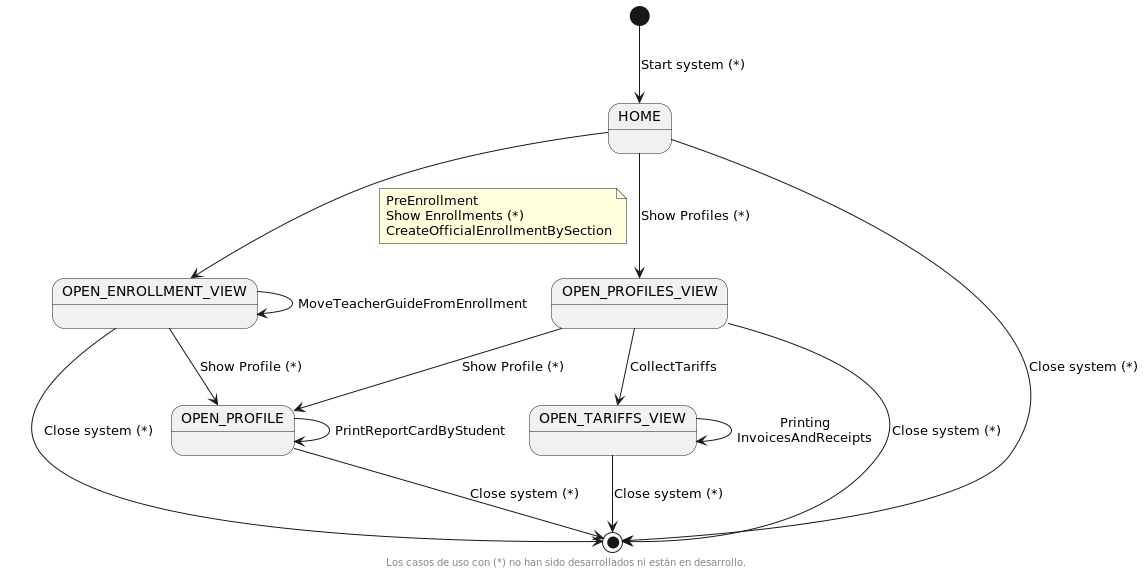
Earlier version of the PlantUML export out/UseCaseView/Context.png (wsmcbl/wsmcbl.doc). Source of this version:
```plantuml
@startuml
footer Los casos de uso con (*) no han sido desarrollados ni están en desarrollo.


state Initial as "HOME"
state s1 as "OPEN_ENROLLMENT_VIEW"
state s2 as "OPEN_PROFILES_VIEW"
state s3 as "OPEN_PROFILE"
state s4 as "OPEN_TARIFFS_VIEW"


[*] --> Initial : Start system (*)

Initial --> s1
note on link
    PreEnrollment
    Show Enrollments (*)
    CreateOfficialEnrollmentBySection
end note
s1 --> s3 : Show Profile (*)
s1 --> s1 : MoveTeacherGuideFromEnrollment



Initial --> s2 : Show Profiles (*)
s2 --> s3 : Show Profile (*)


s3 --> s3 : PrintReportCardByStudent



s2 --> s4 : CollectTariffs
s4 --> s4 : Printing\nInvoicesAndReceipts



Initial --> [*] : Close system (*)
s1 --> [*] : Close system (*)
s2 --> [*] : Close system (*)
s3 --> [*] : Close system (*)
s4 --> [*] : Close system (*)
@enduml
```
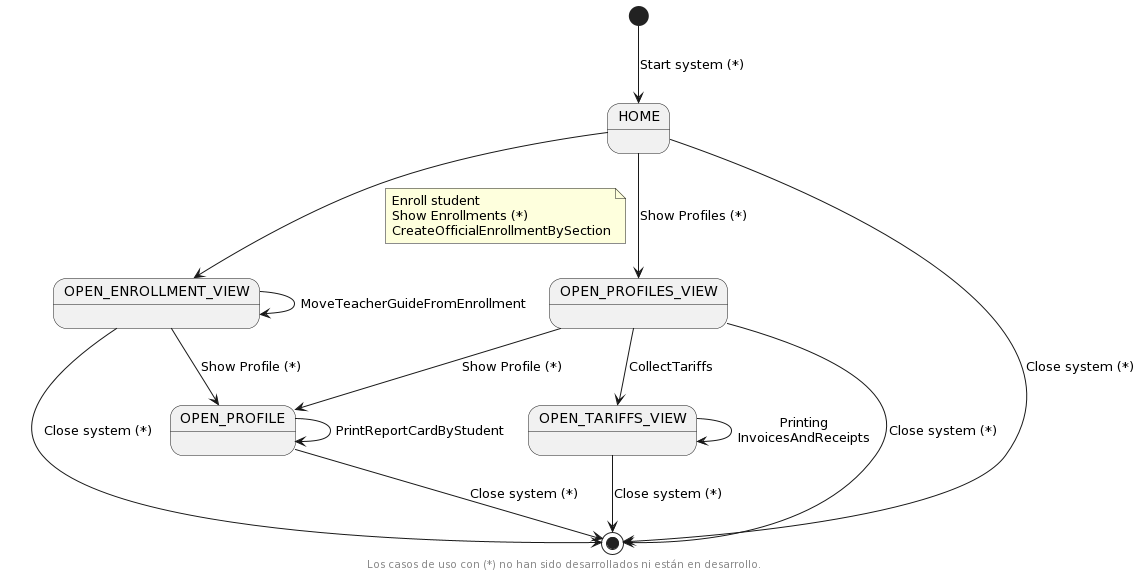
The same diagram one commit later.

Diff of the diagram source:
```diff
@@ -3,41 +3,36 @@
 
 
 state Initial as "HOME"
-state s1 as "OPEN_ENROLLMENT_VIEW"
-state s2 as "OPEN_PROFILES_VIEW"
-state s3 as "OPEN_PROFILE"
-state s4 as "OPEN_TARIFFS_VIEW"
+state OPEN_ENROLLMENT_VIEW
+state OPEN_PROFILES_VIEW
+state OPEN_PROFILE
+state OPEN_TARIFFS_VIEW
 
 
 [*] --> Initial : Start system (*)
 
-Initial --> s1
+Initial --> OPEN_PROFILES_VIEW : Show Profiles (*)
+Initial --> OPEN_ENROLLMENT_VIEW
 note on link
-    PreEnrollment
+    Enroll student
     Show Enrollments (*)
     CreateOfficialEnrollmentBySection
 end note
-s1 --> s3 : Show Profile (*)
-s1 --> s1 : MoveTeacherGuideFromEnrollment
 
+OPEN_ENROLLMENT_VIEW --> OPEN_PROFILE : Show Profile (*)
+OPEN_ENROLLMENT_VIEW --> OPEN_ENROLLMENT_VIEW : MoveTeacherGuideFromEnrollment
 
+OPEN_PROFILES_VIEW --> OPEN_PROFILE : Show Profile (*)
+OPEN_PROFILES_VIEW --> OPEN_TARIFFS_VIEW : CollectTariffs
 
-Initial --> s2 : Show Profiles (*)
-s2 --> s3 : Show Profile (*)
+OPEN_PROFILE --> OPEN_PROFILE : PrintReportCardByStudent
 
-
-s3 --> s3 : PrintReportCardByStudent
-
-
-
-s2 --> s4 : CollectTariffs
-s4 --> s4 : Printing\nInvoicesAndReceipts
-
+OPEN_TARIFFS_VIEW --> OPEN_TARIFFS_VIEW : Printing\nInvoicesAndReceipts
 
 
 Initial --> [*] : Close system (*)
-s1 --> [*] : Close system (*)
-s2 --> [*] : Close system (*)
-s3 --> [*] : Close system (*)
-s4 --> [*] : Close system (*)
+OPEN_ENROLLMENT_VIEW --> [*] : Close system (*)
+OPEN_PROFILES_VIEW --> [*] : Close system (*)
+OPEN_PROFILE --> [*] : Close system (*)
+OPEN_TARIFFS_VIEW --> [*] : Close system (*)
 @enduml
```
